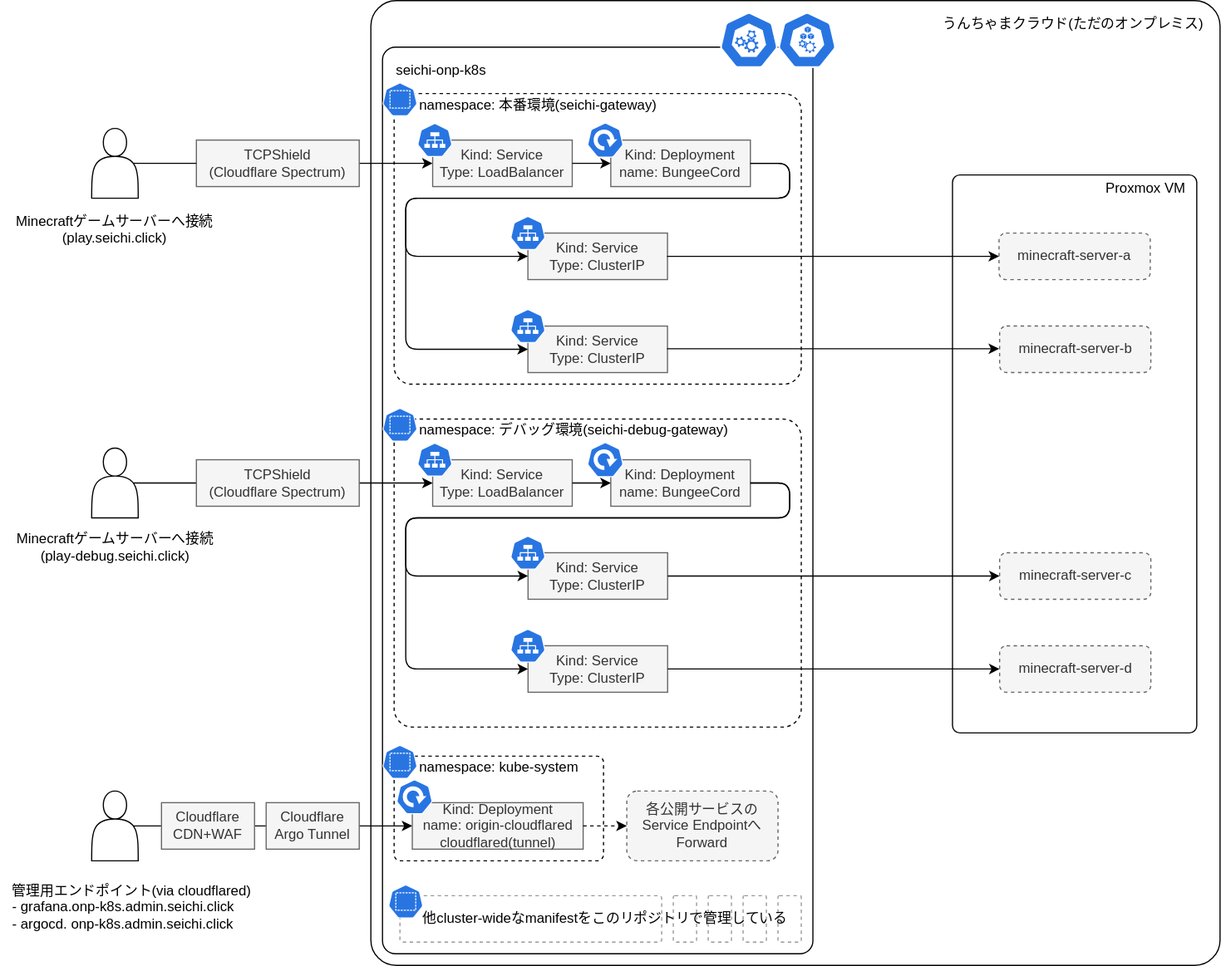
Earlier version of the draw.io export seichi-onp-k8s/manifests/seichi-kubernetes/diagrams/seichi-network-infrastructure.drawio.svg (GiganticMinecraft/seichi_infra). Source tidied: cells renumbered, new cells last; positions are measured from the earlier drawing's top-left corner, leaving out a move shared by most shapes.
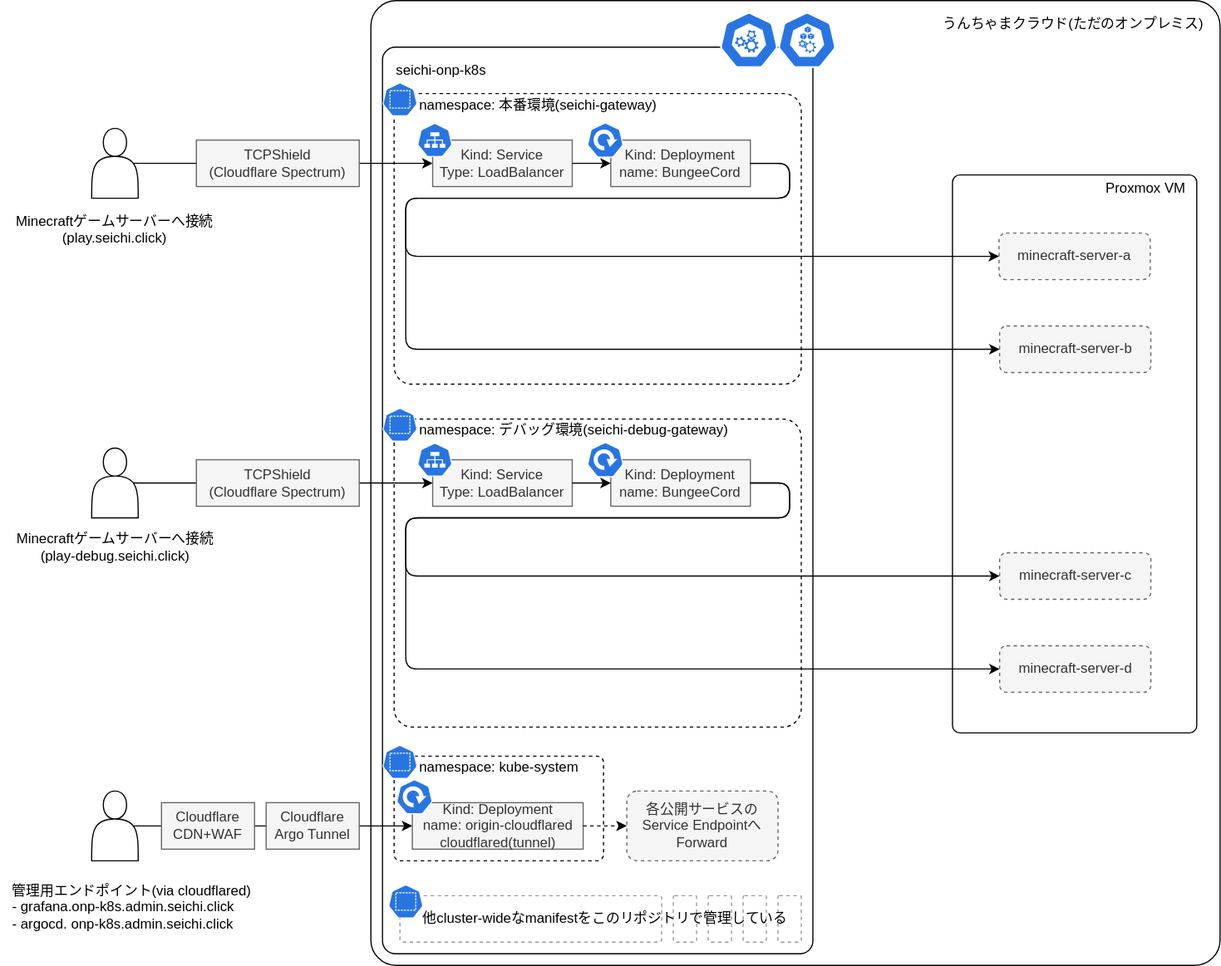
The same file after the commit.

What changed in the source:
```diff
@@ -2,6 +2,9 @@
   <root>
     <mxCell id="0" />
     <mxCell id="1" parent="0" />
+    <mxCell id="72" style="rounded=1;whiteSpace=wrap;html=1;fillColor=none;strokeColor=#000000;arcSize=3;" parent="1" vertex="1">
+      <mxGeometry x="818" y="150" width="210" height="480" as="geometry" />
+    </mxCell>
     <mxCell id="2" style="rounded=1;whiteSpace=wrap;html=1;fillColor=none;strokeColor=#000000;arcSize=3;" parent="1" vertex="1">
       <mxGeometry x="328" y="40" width="370" height="780" as="geometry" />
     </mxCell>
@@ -55,13 +58,7 @@
         </Array>
       </mxGeometry>
     </mxCell>
-    <mxCell id="18" value="Kind: Service&lt;br&gt;Type: ClusterIP" style="rounded=0;whiteSpace=wrap;html=1;fillColor=#f5f5f5;strokeColor=#666666;fontColor=#333333;" parent="1" vertex="1">
-      <mxGeometry x="453" y="200" width="120" height="40" as="geometry" />
-    </mxCell>
-    <mxCell id="19" style="html=1;dashed=0;whitespace=wrap;fillColor=#2875E2;strokeColor=#ffffff;shape=mxgraph.kubernetes.icon;prIcon=svc;" parent="1" vertex="1">
-      <mxGeometry x="438" y="180" width="30" height="40" as="geometry" />
-    </mxCell>
-    <mxCell id="20" style="edgeStyle=orthogonalEdgeStyle;rounded=1;jettySize=auto;html=1;exitX=1;exitY=0.5;exitDx=0;exitDy=0;strokeColor=#000000;fontColor=#000000;entryX=0;entryY=0.5;entryDx=0;entryDy=0;" parent="1" edge="1" source="16" target="18">
+    <mxCell id="20" style="edgeStyle=orthogonalEdgeStyle;rounded=1;jettySize=auto;html=1;exitX=1;exitY=0.5;exitDx=0;exitDy=0;strokeColor=#000000;fontColor=#000000;entryX=0;entryY=0.5;entryDx=0;entryDy=0;" parent="1" edge="1" source="16" target="13">
       <mxGeometry relative="1" as="geometry">
         <Array as="points">
           <mxPoint x="678" y="140" />
@@ -71,13 +68,7 @@
         </Array>
       </mxGeometry>
     </mxCell>
-    <mxCell id="21" value="Kind: Service&lt;br&gt;Type: ClusterIP" style="rounded=0;whiteSpace=wrap;html=1;fillColor=#f5f5f5;strokeColor=#666666;fontColor=#333333;" parent="1" vertex="1">
-      <mxGeometry x="453" y="280" width="120" height="40" as="geometry" />
-    </mxCell>
-    <mxCell id="22" style="html=1;dashed=0;whitespace=wrap;fillColor=#2875E2;strokeColor=#ffffff;shape=mxgraph.kubernetes.icon;prIcon=svc;" parent="1" vertex="1">
-      <mxGeometry x="438" y="260" width="30" height="40" as="geometry" />
-    </mxCell>
-    <mxCell id="23" style="edgeStyle=orthogonalEdgeStyle;rounded=1;jettySize=auto;html=1;strokeColor=#000000;fontColor=#000000;entryX=0;entryY=0.5;entryDx=0;entryDy=0;exitX=1;exitY=0.5;exitDx=0;exitDy=0;" parent="1" edge="1" source="16" target="21">
+    <mxCell id="23" style="edgeStyle=orthogonalEdgeStyle;rounded=1;jettySize=auto;html=1;strokeColor=#000000;fontColor=#000000;entryX=0;entryY=0.5;entryDx=0;entryDy=0;exitX=1;exitY=0.5;exitDx=0;exitDy=0;" parent="1" edge="1" source="16" target="24">
       <mxGeometry relative="1" as="geometry">
         <Array as="points">
           <mxPoint x="678" y="140" />
@@ -116,13 +107,7 @@
         </Array>
       </mxGeometry>
     </mxCell>
-    <mxCell id="32" value="Kind: Service&lt;br&gt;Type: ClusterIP" style="rounded=0;whiteSpace=wrap;html=1;fillColor=#f5f5f5;strokeColor=#666666;fontColor=#333333;" parent="1" vertex="1">
-      <mxGeometry x="453.1" y="475" width="120" height="40" as="geometry" />
-    </mxCell>
-    <mxCell id="33" style="html=1;dashed=0;whitespace=wrap;fillColor=#2875E2;strokeColor=#ffffff;shape=mxgraph.kubernetes.icon;prIcon=svc;" parent="1" vertex="1">
-      <mxGeometry x="438" y="455" width="30" height="40" as="geometry" />
-    </mxCell>
-    <mxCell id="34" style="edgeStyle=orthogonalEdgeStyle;rounded=1;jettySize=auto;html=1;exitX=1;exitY=0.5;exitDx=0;exitDy=0;strokeColor=#000000;fontColor=#000000;entryX=0;entryY=0.5;entryDx=0;entryDy=0;" parent="1" edge="1" source="30" target="32">
+    <mxCell id="34" style="edgeStyle=orthogonalEdgeStyle;rounded=1;jettySize=auto;html=1;exitX=1;exitY=0.5;exitDx=0;exitDy=0;strokeColor=#000000;fontColor=#000000;entryX=0;entryY=0.5;entryDx=0;entryDy=0;" parent="1" edge="1" source="30" target="41">
       <mxGeometry relative="1" as="geometry">
         <Array as="points">
           <mxPoint x="678" y="415" />
@@ -132,13 +117,7 @@
         </Array>
       </mxGeometry>
     </mxCell>
-    <mxCell id="35" value="Kind: Service&lt;br&gt;Type: ClusterIP" style="rounded=0;whiteSpace=wrap;html=1;fillColor=#f5f5f5;strokeColor=#666666;fontColor=#333333;" parent="1" vertex="1">
-      <mxGeometry x="453.1" y="555" width="120" height="40" as="geometry" />
-    </mxCell>
-    <mxCell id="36" style="html=1;dashed=0;whitespace=wrap;fillColor=#2875E2;strokeColor=#ffffff;shape=mxgraph.kubernetes.icon;prIcon=svc;" parent="1" vertex="1">
-      <mxGeometry x="438" y="535" width="30" height="40" as="geometry" />
-    </mxCell>
-    <mxCell id="37" style="edgeStyle=orthogonalEdgeStyle;rounded=1;jettySize=auto;html=1;strokeColor=#000000;fontColor=#000000;entryX=0;entryY=0.5;entryDx=0;entryDy=0;exitX=1;exitY=0.5;exitDx=0;exitDy=0;" parent="1" edge="1" source="30" target="35">
+    <mxCell id="37" style="edgeStyle=orthogonalEdgeStyle;rounded=1;jettySize=auto;html=1;strokeColor=#000000;fontColor=#000000;entryX=0;entryY=0.5;entryDx=0;entryDy=0;exitX=1;exitY=0.5;exitDx=0;exitDy=0;" parent="1" edge="1" source="30" target="42">
       <mxGeometry relative="1" as="geometry">
         <Array as="points">
           <mxPoint x="678" y="415" />
@@ -238,30 +217,6 @@
     <mxCell id="67" value="Cloudflare&lt;br&gt;CDN+WAF" style="rounded=0;whiteSpace=wrap;html=1;fillColor=#f5f5f5;strokeColor=#666666;fontColor=#333333;" parent="1" vertex="1">
       <mxGeometry x="138" y="690" width="80" height="40" as="geometry" />
     </mxCell>
-    <mxCell id="68" style="edgeStyle=orthogonalEdgeStyle;rounded=1;jettySize=auto;html=1;strokeColor=#000000;fontColor=#000000;startArrow=none;exitX=1;exitY=0.5;exitDx=0;exitDy=0;entryX=0;entryY=0.5;entryDx=0;entryDy=0;" parent="1" edge="1" source="35" target="42">
-      <mxGeometry relative="1" as="geometry" />
-    </mxCell>
-    <mxCell id="69" style="edgeStyle=orthogonalEdgeStyle;rounded=1;orthogonalLoop=1;jettySize=auto;html=1;strokeColor=#000000;fontColor=#000000;startArrow=none;exitX=1;exitY=0.5;exitDx=0;exitDy=0;entryX=0;entryY=0.5;entryDx=0;entryDy=0;" parent="1" edge="1">
-      <mxGeometry relative="1" as="geometry">
-        <mxPoint x="573.1" y="495" as="sourcePoint" />
-        <mxPoint x="858.5" y="495" as="targetPoint" />
-      </mxGeometry>
-    </mxCell>
-    <mxCell id="70" style="edgeStyle=orthogonalEdgeStyle;rounded=1;orthogonalLoop=1;jettySize=auto;html=1;strokeColor=#000000;fontColor=#000000;startArrow=none;exitX=1;exitY=0.5;exitDx=0;exitDy=0;entryX=0;entryY=0.5;entryDx=0;entryDy=0;" parent="1" edge="1">
-      <mxGeometry relative="1" as="geometry">
-        <mxPoint x="572.6" y="299.5" as="sourcePoint" />
-        <mxPoint x="858" y="299.5" as="targetPoint" />
-      </mxGeometry>
-    </mxCell>
-    <mxCell id="71" style="edgeStyle=orthogonalEdgeStyle;rounded=1;orthogonalLoop=1;jettySize=auto;html=1;strokeColor=#000000;fontColor=#000000;startArrow=none;exitX=1;exitY=0.5;exitDx=0;exitDy=0;entryX=0;entryY=0.5;entryDx=0;entryDy=0;" parent="1" edge="1">
-      <mxGeometry relative="1" as="geometry">
-        <mxPoint x="572.6" y="220" as="sourcePoint" />
-        <mxPoint x="858" y="220" as="targetPoint" />
-      </mxGeometry>
-    </mxCell>
-    <mxCell id="72" style="rounded=1;whiteSpace=wrap;html=1;fillColor=none;strokeColor=#000000;arcSize=3;" parent="1" vertex="1">
-      <mxGeometry x="818" y="150" width="210" height="480" as="geometry" />
-    </mxCell>
     <mxCell id="73" value="Proxmox VM" style="text;html=1;align=left;verticalAlign=middle;whiteSpace=wrap;rounded=0;fillColor=none;fontColor=#000000;" parent="1" vertex="1">
       <mxGeometry x="948" y="151.5" width="80" height="20" as="geometry" />
     </mxCell>
```
